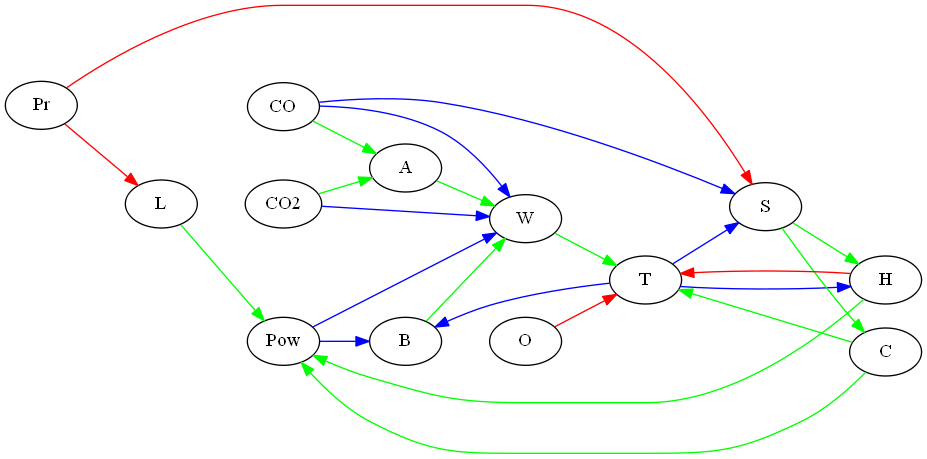
Above: tmp/3/Digraph.gv.png in smarianimore/multiagent_algorithm (Graphviz), before the change. Its source is kept beside it as tmp/3/Digraph.gv.
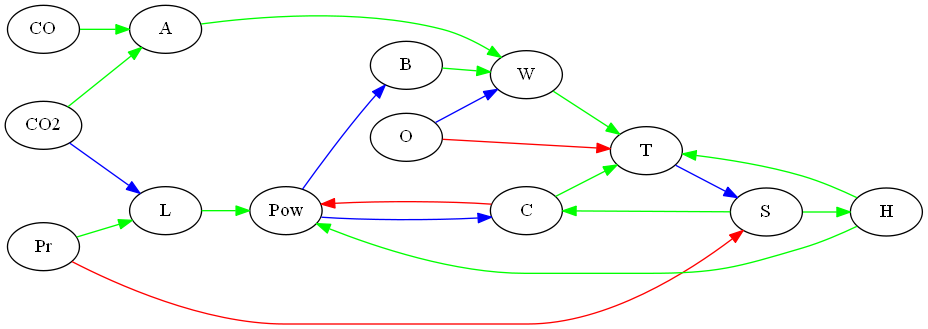
After the change.

Diff of the diagram source:
```diff
@@ -1,29 +1,26 @@
 digraph {
 	graph [rankdir=LR]
 	edge [color=blue]
+	Pow -> C
 	Pow -> B
-	Pow -> W
 	T -> S
-	T -> H
-	T -> B
-	CO -> W
-	CO -> S
-	CO2 -> W
+	CO2 -> L
+	O -> W
 	edge [color=red]
-	Pr -> L
 	Pr -> S
-	H -> T
+	C -> Pow
 	O -> T
 	edge [color=green]
+	Pr -> L
 	L -> Pow
-	W -> T
+	C -> T
 	B -> W
+	H -> T
 	H -> Pow
-	C -> T
-	C -> Pow
+	S -> C
 	S -> H
-	S -> C
 	CO -> A
 	A -> W
 	CO2 -> A
+	W -> T
 }
```
